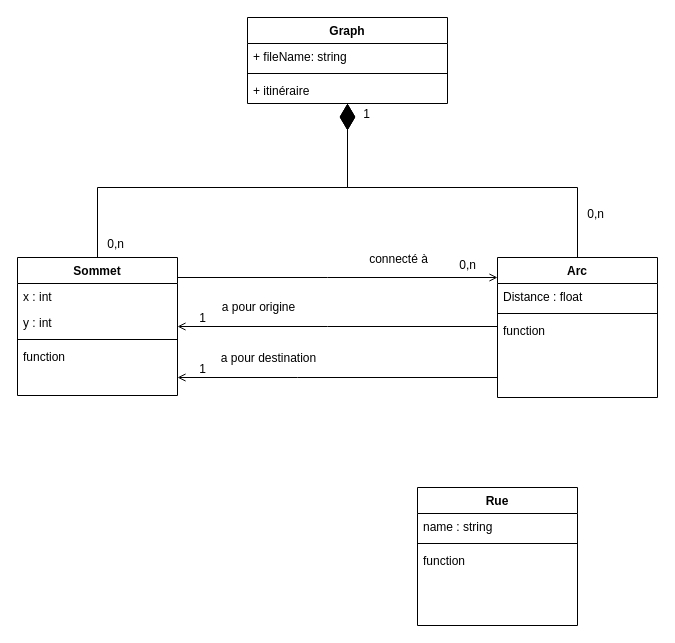
Franklin7660/AP4B_miniProjet keeps this draw.io diagram as classes.drawio. Above is the earlier version. Source tidied: cells renumbered, new cells numbered last; positions are measured from the earlier drawing's top-left corner, leaving out a move shared by most shapes. Both pictures are drawn from the tidied source at 100%, with x=0, y=0 at pixel (17, 17).
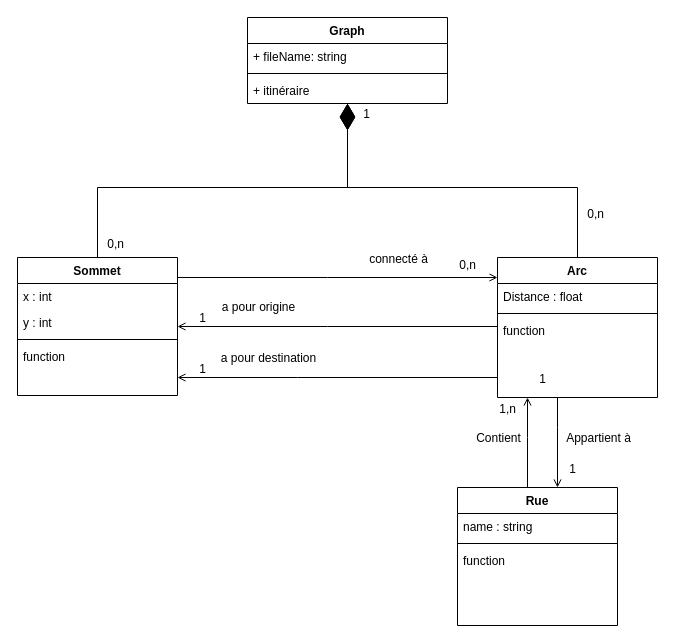
The same diagram, later.

Unchanged cells that the change refers to:
```xml
<mxCell id="7" value="Arc" style="swimlane;fontStyle=1;align=center;verticalAlign=top;horizontal=1;startSize=26;rounded=0;shadow=0;strokeWidth=1;" parent="1" vertex="1">
  <mxGeometry x="480" y="240" width="160" height="140" as="geometry" />
</mxCell>
```

What changed in the source:
```diff
@@
     <mxCell id="32" value="Rue" style="swimlane;fontStyle=1;align=center;verticalAlign=top;horizontal=1;startSize=26;rounded=0;shadow=0;strokeWidth=1;" parent="1" vertex="1">
-      <mxGeometry x="400" y="470" width="160" height="138" as="geometry" />
+      <mxGeometry x="440" y="470" width="160" height="138" as="geometry" />
     </mxCell>
@@
+    <mxCell id="36" style="endArrow=open;shadow=0;strokeWidth=1;rounded=0;endFill=1;edgeStyle=elbowEdgeStyle;elbow=vertical;" parent="1" edge="1" source="7" target="32">
+      <mxGeometry x="0.5" y="41" relative="1" as="geometry">
+        <Array as="points">
+          <mxPoint x="540" y="410" />
+          <mxPoint x="510" y="420" />
+          <mxPoint x="290" y="461" />
+        </Array>
+        <mxPoint x="-40" y="32" as="offset" />
+      </mxGeometry>
+    </mxCell>
+    <mxCell id="37" style="align=left;verticalAlign=bottom;labelBackgroundColor=none;fontSize=12;" parent="36" vertex="1">
+      <mxGeometry x="-1" relative="1" as="geometry">
+        <mxPoint x="10" y="-4" as="offset" />
+      </mxGeometry>
+    </mxCell>
+    <mxCell id="38" value="1" style="align=right;verticalAlign=bottom;labelBackgroundColor=none;fontSize=12;" parent="36" vertex="1">
+      <mxGeometry x="1" relative="1" as="geometry">
+        <mxPoint x="20" y="-10" as="offset" />
+      </mxGeometry>
+    </mxCell>
+    <mxCell id="39" value="Appartient à" style="text;html=1;align=center;verticalAlign=middle;labelBackgroundColor=none;rounded=0;shadow=0;strokeWidth=1;fontSize=12;" parent="36" vertex="1">
+      <mxGeometry x="0.5" y="49" relative="1" as="geometry">
+        <mxPoint x="-9" y="-28" as="offset" />
+      </mxGeometry>
+    </mxCell>
+    <mxCell id="40" style="endArrow=open;shadow=0;strokeWidth=1;rounded=0;endFill=1;edgeStyle=elbowEdgeStyle;elbow=vertical;" parent="1" edge="1" source="32" target="7">
+      <mxGeometry x="0.5" y="41" relative="1" as="geometry">
+        <Array as="points">
+          <mxPoint x="510" y="420" />
+          <mxPoint x="390" y="418" />
+          <mxPoint x="170" y="459" />
+        </Array>
+        <mxPoint x="-40" y="32" as="offset" />
+      </mxGeometry>
+    </mxCell>
+    <mxCell id="41" style="align=left;verticalAlign=bottom;labelBackgroundColor=none;fontSize=12;" parent="40" vertex="1">
+      <mxGeometry x="-1" relative="1" as="geometry">
+        <mxPoint x="10" y="-4" as="offset" />
+      </mxGeometry>
+    </mxCell>
+    <mxCell id="42" value="1" style="align=right;verticalAlign=bottom;labelBackgroundColor=none;fontSize=12;" parent="40" vertex="1">
+      <mxGeometry x="1" relative="1" as="geometry">
+        <mxPoint x="20" y="-10" as="offset" />
+      </mxGeometry>
+    </mxCell>
+    <mxCell id="43" value="Contient" style="text;html=1;align=center;verticalAlign=middle;labelBackgroundColor=none;rounded=0;shadow=0;strokeWidth=1;fontSize=12;" parent="40" vertex="1">
+      <mxGeometry x="0.5" y="49" relative="1" as="geometry">
+        <mxPoint x="19" y="18" as="offset" />
+      </mxGeometry>
+    </mxCell>
+    <mxCell id="44" value="1,n" style="align=right;verticalAlign=bottom;labelBackgroundColor=none;fontSize=12;" parent="1" vertex="1">
+      <mxGeometry x="500" y="400" as="geometry" />
+    </mxCell>
```
